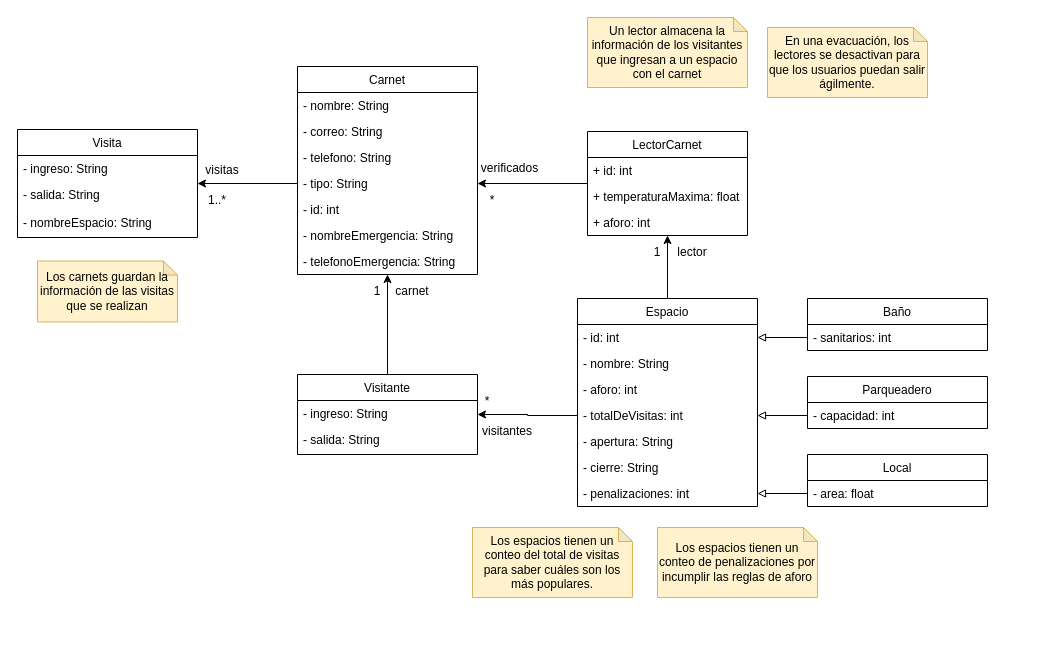
Earlier version of the draw.io diagram Taller 1/Modelo Conceptual AforAndes.drawio (JuanCoronel/SisTrans-Group). Source tidied: cells renumbered, new cells numbered last; positions are measured from the earlier drawing's top-left corner, leaving out a move shared by most shapes. Both pictures are drawn from the tidied source at 100%, with x=0, y=0 at pixel (17, 17).
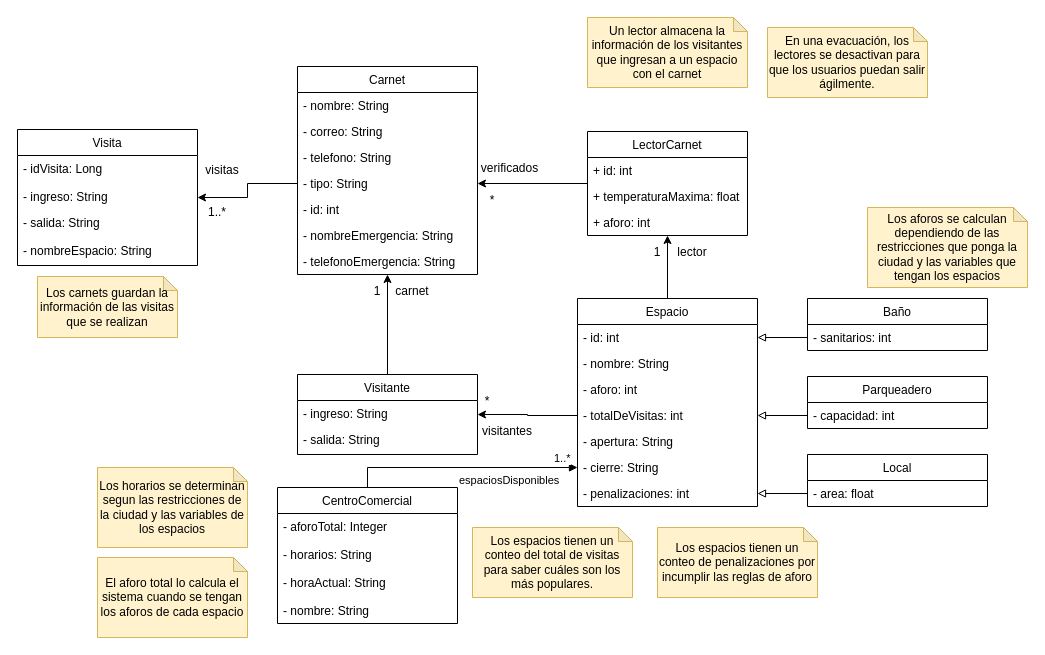
After the change.

Diff of the diagram source:
```diff
@@
     <mxCell id="37" value="Visita" style="swimlane;fontStyle=0;horizontal=1;startSize=26;fillColor=none;" parent="1" vertex="1">
-      <mxGeometry y="112" width="180" height="108" as="geometry" />
+      <mxGeometry y="112" width="180" height="136" as="geometry" />
     </mxCell>
+    <mxCell id="58" value="- idVisita: Long" style="text;strokeColor=none;fillColor=none;align=left;verticalAlign=top;spacingLeft=4;spacingRight=4;overflow=hidden;" parent="37" vertex="1">
+      <mxGeometry y="26" width="180" height="28" as="geometry" />
+    </mxCell>
     <mxCell id="38" value="- ingreso: String" style="text;strokeColor=none;fillColor=none;align=left;verticalAlign=top;spacingLeft=4;spacingRight=4;overflow=hidden;" parent="37" vertex="1">
-      <mxGeometry y="26" width="180" height="26" as="geometry" />
+      <mxGeometry y="54" width="180" height="26" as="geometry" />
     </mxCell>
     <mxCell id="39" value="- salida: String" style="text;strokeColor=none;fillColor=none;align=left;verticalAlign=top;spacingLeft=4;spacingRight=4;overflow=hidden;" parent="37" vertex="1">
-      <mxGeometry y="52" width="180" height="28" as="geometry" />
+      <mxGeometry y="80" width="180" height="28" as="geometry" />
     </mxCell>
     <mxCell id="40" value="- nombreEspacio: String" style="text;strokeColor=none;fillColor=none;align=left;verticalAlign=top;spacingLeft=4;spacingRight=4;overflow=hidden;" parent="37" vertex="1">
-      <mxGeometry y="80" width="180" height="28" as="geometry" />
+      <mxGeometry y="108" width="180" height="28" as="geometry" />
     </mxCell>
@@
     <mxCell id="43" value="1..*" style="text;html=1;strokeColor=none;fillColor=none;align=center;verticalAlign=middle;whiteSpace=wrap;rounded=0;" parent="1" vertex="1">
-      <mxGeometry x="170" y="168" width="60" height="30" as="geometry" />
+      <mxGeometry x="170" y="180" width="60" height="30" as="geometry" />
     </mxCell>
@@
     <mxCell id="55" value="Los carnets guardan la información de las visitas que se realizan" style="shape=note;whiteSpace=wrap;html=1;backgroundOutline=1;darkOpacity=0.05;size=14;fillColor=#fff2cc;strokeColor=#d6b656;" parent="1" vertex="1">
-      <mxGeometry x="20" y="243.5" width="140" height="61" as="geometry" />
+      <mxGeometry x="20" y="259" width="140" height="61" as="geometry" />
     </mxCell>
@@
+    <mxCell id="59" value="CentroComercial" style="swimlane;fontStyle=0;horizontal=1;startSize=26;fillColor=none;" parent="1" vertex="1">
+      <mxGeometry x="260" y="470" width="180" height="136" as="geometry" />
+    </mxCell>
+    <mxCell id="60" value="- aforoTotal: Integer" style="text;strokeColor=none;fillColor=none;align=left;verticalAlign=top;spacingLeft=4;spacingRight=4;overflow=hidden;" parent="59" vertex="1">
+      <mxGeometry y="26" width="180" height="28" as="geometry" />
+    </mxCell>
+    <mxCell id="61" value="- horarios: String" style="text;strokeColor=none;fillColor=none;align=left;verticalAlign=top;spacingLeft=4;spacingRight=4;overflow=hidden;" parent="59" vertex="1">
+      <mxGeometry y="54" width="180" height="28" as="geometry" />
+    </mxCell>
+    <mxCell id="62" value="- horaActual: String" style="text;strokeColor=none;fillColor=none;align=left;verticalAlign=top;spacingLeft=4;spacingRight=4;overflow=hidden;" parent="59" vertex="1">
+      <mxGeometry y="82" width="180" height="28" as="geometry" />
+    </mxCell>
+    <mxCell id="63" value="- nombre: String" style="text;strokeColor=none;fillColor=none;align=left;verticalAlign=top;spacingLeft=4;spacingRight=4;overflow=hidden;" parent="59" vertex="1">
+      <mxGeometry y="110" width="180" height="26" as="geometry" />
+    </mxCell>
+    <mxCell id="64" value="espaciosDisponibles" style="endArrow=block;endFill=1;html=1;edgeStyle=orthogonalEdgeStyle;align=left;verticalAlign=top;rounded=0;" parent="1" edge="1" source="59">
+      <mxGeometry x="-0.04" relative="1" as="geometry">
+        <mxPoint x="560" y="450" as="targetPoint" />
+        <Array as="points">
+          <mxPoint x="350" y="450" />
+          <mxPoint x="560" y="450" />
+        </Array>
+      </mxGeometry>
+    </mxCell>
+    <mxCell id="65" value="1..*" style="edgeLabel;html=1;align=left;verticalAlign=bottom;" parent="64" vertex="1">
+      <mxGeometry x="-1" relative="1" as="geometry">
+        <mxPoint x="185" y="-21" as="offset" />
+      </mxGeometry>
+    </mxCell>
+    <mxCell id="66" value="El aforo total lo calcula el sistema cuando se tengan los aforos de cada espacio" style="shape=note;whiteSpace=wrap;html=1;backgroundOutline=1;darkOpacity=0.05;size=14;fillColor=#fff2cc;strokeColor=#d6b656;" parent="1" vertex="1">
+      <mxGeometry x="80" y="540" width="150" height="80" as="geometry" />
+    </mxCell>
+    <mxCell id="67" value="Los aforos se calculan dependiendo de las restricciones que ponga la ciudad y las variables que tengan los espacios" style="shape=note;whiteSpace=wrap;html=1;backgroundOutline=1;darkOpacity=0.05;size=14;fillColor=#fff2cc;strokeColor=#d6b656;" parent="1" vertex="1">
+      <mxGeometry x="850" y="190" width="160" height="80" as="geometry" />
+    </mxCell>
+    <mxCell id="68" value="Los horarios se determinan segun las restricciones de la ciudad y las variables de los espacios" style="shape=note;whiteSpace=wrap;html=1;backgroundOutline=1;darkOpacity=0.05;size=14;fillColor=#fff2cc;strokeColor=#d6b656;" parent="1" vertex="1">
+      <mxGeometry x="80" y="450" width="150" height="80" as="geometry" />
+    </mxCell>
```
